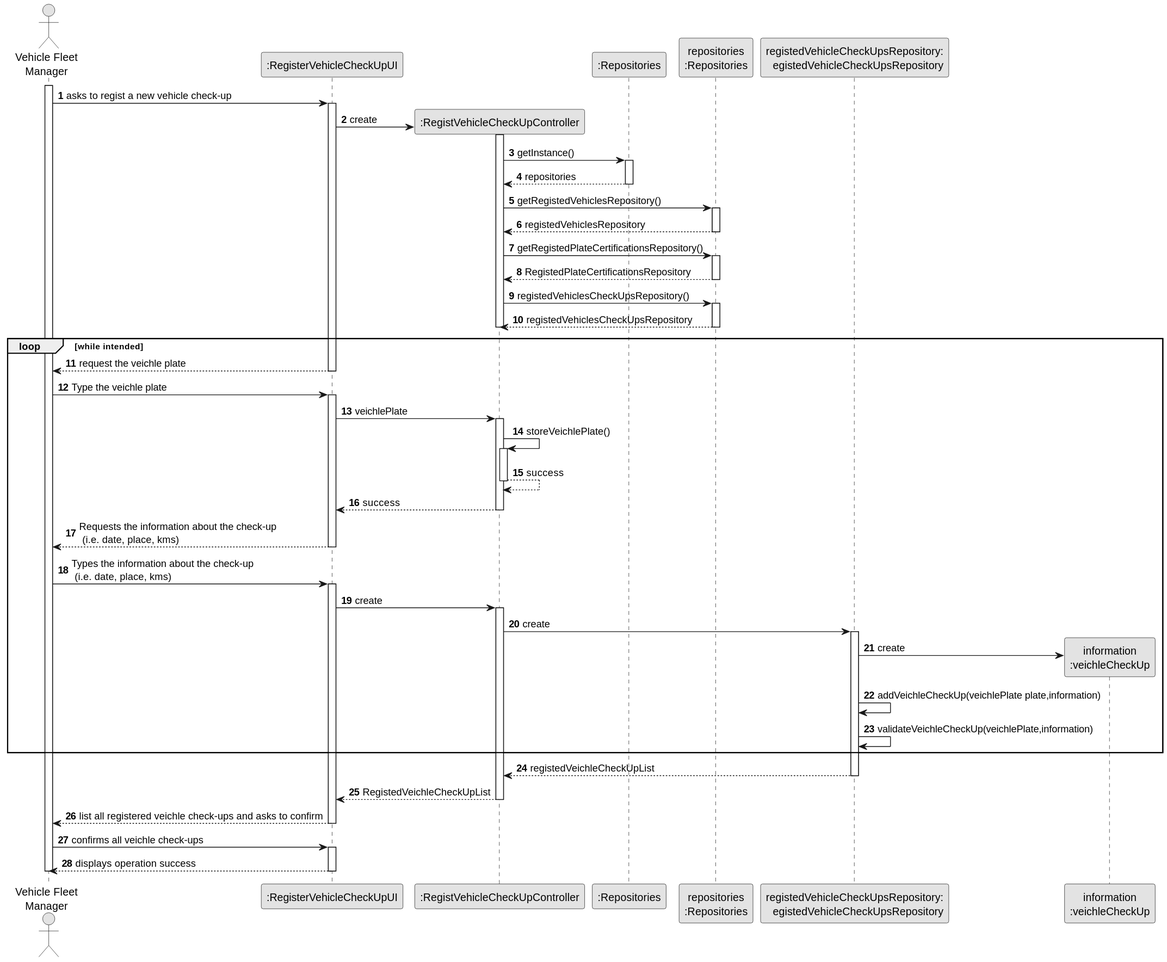
Earlier version of the PlantUML export docs/sprint2/us007/03.design/svg/us007-sequence-diagram-full.svg (1231360-ISEP/lei-24-s2-1db-g021). The source it was exported from:
```plantuml
@startuml
skinparam monochrome true
skinparam packageStyle rectangle
skinparam shadowing false

autonumber

actor "Vehicle Fleet\nManager" as VFM
participant ":RegisterVehicleCheckUpUI" as UI
participant ":RegistVehicleCheckUpController" as CTRL
participant ":Repositories" as RepositorySingleton
participant "repositories\n:Repositories" as PLAT
participant "registedVehicleCheckUpsRepository:\registedVehicleCheckUpsRepository" as registedVehicleCheckUpsRepository
participant "information\n:veichleCheckUp" as Data

activate VFM

        VFM -> UI : asks to regist a new vehicle check-up

        activate UI

            UI -> CTRL** : create
            activate CTRL

                CTRL -> RepositorySingleton : getInstance()
                activate RepositorySingleton

                    RepositorySingleton --> CTRL: repositories
                deactivate RepositorySingleton

                CTRL -> PLAT : getRegistedVehiclesRepository()
                activate PLAT

                    PLAT --> CTRL: registedVehiclesRepository
                deactivate PLAT
                CTRL -> PLAT : getRegistedPlateCertificationsRepository()

                activate PLAT
                    PLAT --> CTRL: RegistedPlateCertificationsRepository
                deactivate PLAT
                CTRL -> PLAT : registedVehiclesCheckUpsRepository()

                activate PLAT
                    PLAT --> CTRL: registedVehiclesCheckUpsRepository
                deactivate PLAT
            deactivate CTRL
        loop while intended
            UI --> VFM : request the veichle plate
        deactivate UI

    VFM -> UI : Type the veichle plate
    activate UI

            UI -> CTRL : veichlePlate
                activate CTRL
                CTRL -> CTRL : storeVeichlePlate()

                activate CTRL
                    CTRL --> CTRL : success
                deactivate CTRL

                CTRL --> UI : success
            deactivate CTRL

            UI --> VFM : Requests the information about the check-up\n (i.e. date, place, kms)
        deactivate UI

    VFM -> UI : Types the information about the check-up\n (i.e. date, place, kms)
    activate UI
        UI -> CTRL: create

        activate CTRL
            CTRL -> registedVehicleCheckUpsRepository : create

            activate registedVehicleCheckUpsRepository
                registedVehicleCheckUpsRepository -> Data**: create
                registedVehicleCheckUpsRepository -> registedVehicleCheckUpsRepository: addVeichleCheckUp(veichlePlate plate,information)
                registedVehicleCheckUpsRepository -> registedVehicleCheckUpsRepository: validateVeichleCheckUp(veichlePlate,information)
        end
                registedVehicleCheckUpsRepository --> CTRL : registedVeichleCheckUpList
            deactivate registedVehicleCheckUpsRepository

            CTRL --> UI : RegistedVeichleCheckUpList

        deactivate CTRL

        UI --> VFM : list all registered veichle check-ups and asks to confirm

    deactivate UI

    VFM -> UI : confirms all veichle check-ups

    activate UI
    UI --> VFM : displays operation success
    deactivate UI

deactivate VFM
@enduml
```
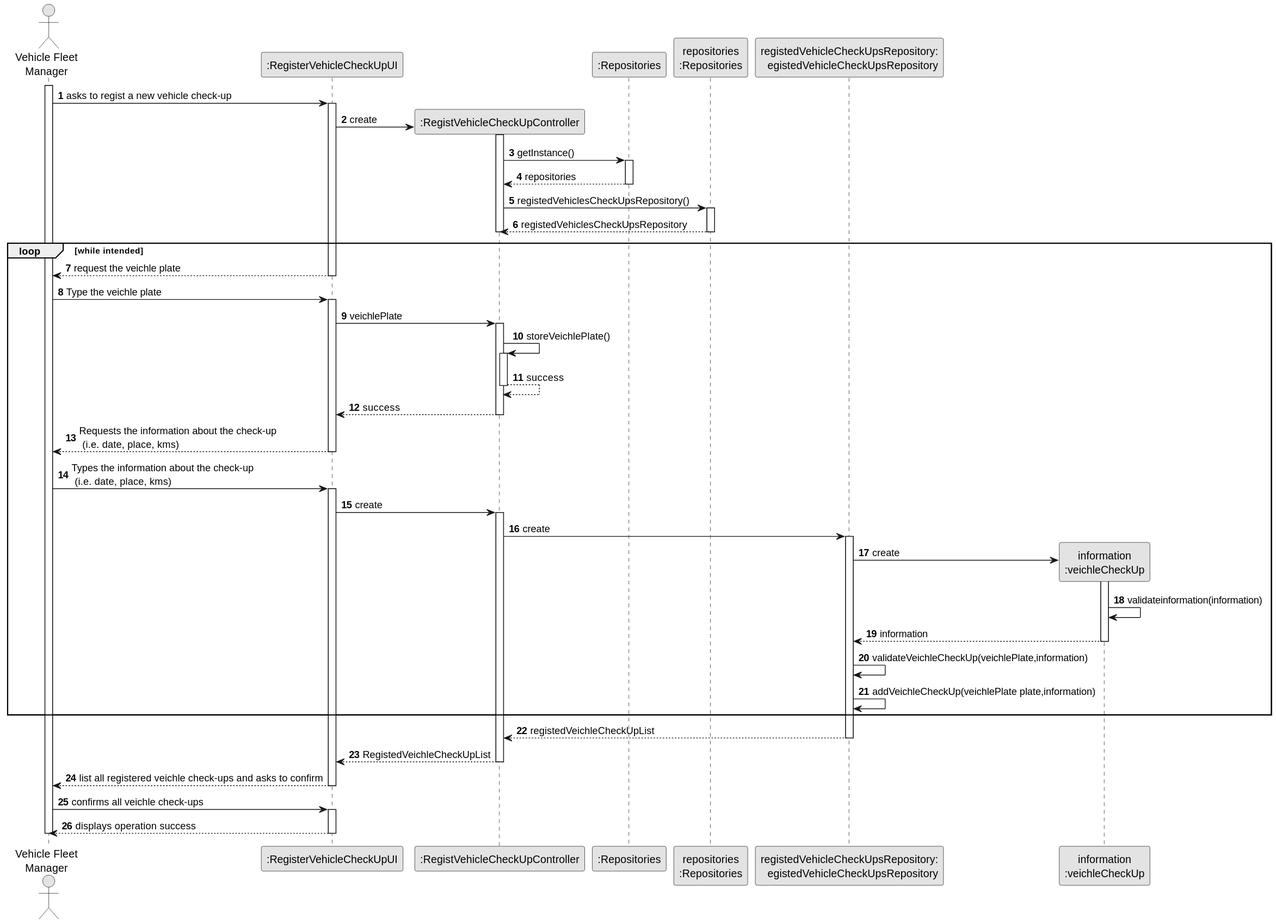
After the change.

Change to the diagram source:
```diff
@@ -28,16 +28,6 @@
                     RepositorySingleton --> CTRL: repositories
                 deactivate RepositorySingleton
 
-                CTRL -> PLAT : getRegistedVehiclesRepository()
-                activate PLAT
-
-                    PLAT --> CTRL: registedVehiclesRepository
-                deactivate PLAT
-                CTRL -> PLAT : getRegistedPlateCertificationsRepository()
-
-                activate PLAT
-                    PLAT --> CTRL: RegistedPlateCertificationsRepository
-                deactivate PLAT
                 CTRL -> PLAT : registedVehiclesCheckUpsRepository()
 
                 activate PLAT
@@ -73,9 +63,15 @@
             CTRL -> registedVehicleCheckUpsRepository : create
 
             activate registedVehicleCheckUpsRepository
-                registedVehicleCheckUpsRepository -> Data**: create
+            registedVehicleCheckUpsRepository -> Data**: create
+        activate Data
+
+        Data -> Data: validateinformation(information)
+
+        Data --> registedVehicleCheckUpsRepository : information
+                    deactivate Data
+                                registedVehicleCheckUpsRepository -> registedVehicleCheckUpsRepository: validateVeichleCheckUp(veichlePlate,information)
                 registedVehicleCheckUpsRepository -> registedVehicleCheckUpsRepository: addVeichleCheckUp(veichlePlate plate,information)
-                registedVehicleCheckUpsRepository -> registedVehicleCheckUpsRepository: validateVeichleCheckUp(veichlePlate,information)
         end
                 registedVehicleCheckUpsRepository --> CTRL : registedVeichleCheckUpList
             deactivate registedVehicleCheckUpsRepository
```
